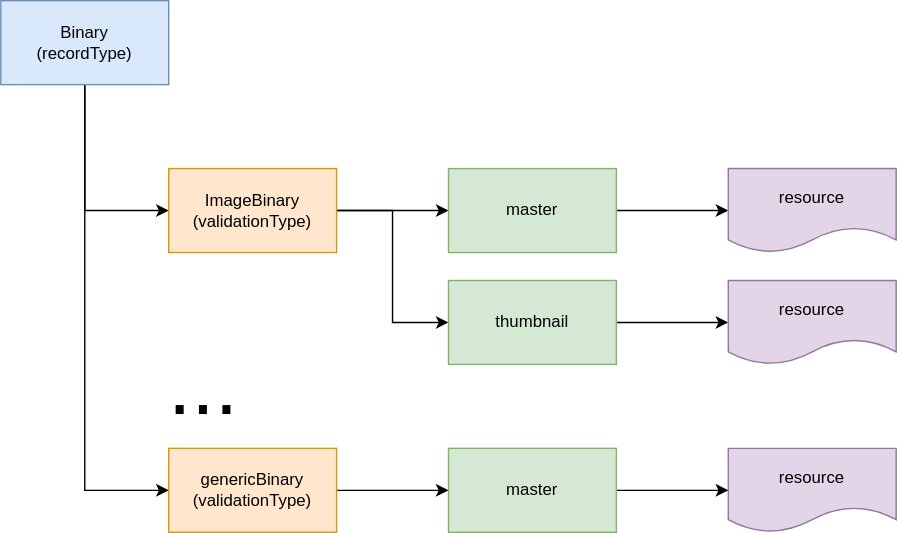
Before: FitNesseRoot/files/Diagrams/binary.svg, a diagram exported from draw.io (lsu-ub-uu/cora-fitnesse). Source tidied: cells renumbered, new cells last; positions are measured from the earlier drawing's top-left corner, leaving out a move shared by most shapes. Its diagram source:
```xml
<mxGraphModel>
  <root>
    <mxCell id="0" />
    <mxCell id="1" parent="0" />
    <mxCell id="2" style="edgeStyle=orthogonalEdgeStyle;rounded=0;jettySize=auto;html=1;entryX=0;entryY=0.5;entryDx=0;entryDy=0;" parent="1" edge="1" source="4" target="7">
      <mxGeometry relative="1" as="geometry" />
    </mxCell>
    <mxCell id="3" style="edgeStyle=orthogonalEdgeStyle;rounded=0;jettySize=auto;html=1;exitX=0.5;exitY=1;exitDx=0;exitDy=0;entryX=0;entryY=0.5;entryDx=0;entryDy=0;" parent="1" edge="1" source="4" target="16">
      <mxGeometry relative="1" as="geometry" />
    </mxCell>
    <mxCell id="4" value="Binary&lt;br&gt;(recordType)" style="rounded=0;whiteSpace=wrap;html=1;fillColor=#dae8fc;strokeColor=#6c8ebf;" parent="1" vertex="1">
      <mxGeometry width="120" height="60" as="geometry" />
    </mxCell>
    <mxCell id="5" style="edgeStyle=orthogonalEdgeStyle;rounded=0;jettySize=auto;html=1;" parent="1" edge="1" source="7" target="9">
      <mxGeometry relative="1" as="geometry" />
    </mxCell>
    <mxCell id="6" style="edgeStyle=orthogonalEdgeStyle;rounded=0;jettySize=auto;html=1;exitX=1;exitY=0.5;exitDx=0;exitDy=0;entryX=0;entryY=0.5;entryDx=0;entryDy=0;" parent="1" edge="1" source="7" target="13">
      <mxGeometry relative="1" as="geometry" />
    </mxCell>
    <mxCell id="7" value="ImageBinary&lt;br&gt;(validationType)" style="rounded=0;whiteSpace=wrap;html=1;fillColor=#ffe6cc;strokeColor=#d79b00;" parent="1" vertex="1">
      <mxGeometry x="120" y="120" width="120" height="60" as="geometry" />
    </mxCell>
    <mxCell id="8" style="edgeStyle=orthogonalEdgeStyle;rounded=0;jettySize=auto;html=1;" parent="1" edge="1" source="9" target="10">
      <mxGeometry relative="1" as="geometry" />
    </mxCell>
    <mxCell id="9" value="master" style="rounded=0;whiteSpace=wrap;html=1;fillColor=#d5e8d4;strokeColor=#82b366;" parent="1" vertex="1">
      <mxGeometry x="320" y="120" width="120" height="60" as="geometry" />
    </mxCell>
    <mxCell id="10" value="resource" style="shape=document;whiteSpace=wrap;html=1;boundedLbl=1;rounded=0;fillColor=#e1d5e7;strokeColor=#9673a6;" parent="1" vertex="1">
      <mxGeometry x="520" y="120" width="120" height="60" as="geometry" />
    </mxCell>
    <mxCell id="11" value="resource" style="shape=document;whiteSpace=wrap;html=1;boundedLbl=1;rounded=0;fillColor=#e1d5e7;strokeColor=#9673a6;" parent="1" vertex="1">
      <mxGeometry x="520" y="320" width="120" height="60" as="geometry" />
    </mxCell>
    <mxCell id="12" style="edgeStyle=orthogonalEdgeStyle;rounded=0;jettySize=auto;html=1;exitX=1;exitY=0.5;exitDx=0;exitDy=0;entryX=0;entryY=0.5;entryDx=0;entryDy=0;" parent="1" edge="1" source="13" target="14">
      <mxGeometry relative="1" as="geometry" />
    </mxCell>
    <mxCell id="13" value="thumbnail" style="rounded=0;whiteSpace=wrap;html=1;fillColor=#d5e8d4;strokeColor=#82b366;" parent="1" vertex="1">
      <mxGeometry x="320" y="200" width="120" height="60" as="geometry" />
    </mxCell>
    <mxCell id="14" value="resource" style="shape=document;whiteSpace=wrap;html=1;boundedLbl=1;rounded=0;fillColor=#e1d5e7;strokeColor=#9673a6;" parent="1" vertex="1">
      <mxGeometry x="520" y="200" width="120" height="60" as="geometry" />
    </mxCell>
    <mxCell id="15" style="edgeStyle=orthogonalEdgeStyle;rounded=0;jettySize=auto;html=1;exitX=1;exitY=0.5;exitDx=0;exitDy=0;entryX=0;entryY=0.5;entryDx=0;entryDy=0;" parent="1" edge="1" source="16" target="18">
      <mxGeometry relative="1" as="geometry" />
    </mxCell>
    <mxCell id="16" value="genericBinary&lt;br&gt;&lt;div&gt;(validationType)&lt;/div&gt;" style="rounded=0;whiteSpace=wrap;html=1;fillColor=#ffe6cc;strokeColor=#d79b00;" parent="1" vertex="1">
      <mxGeometry x="120" y="320" width="120" height="60" as="geometry" />
    </mxCell>
    <mxCell id="17" style="edgeStyle=orthogonalEdgeStyle;rounded=0;jettySize=auto;html=1;exitX=1;exitY=0.5;exitDx=0;exitDy=0;entryX=0;entryY=0.5;entryDx=0;entryDy=0;" parent="1" edge="1" source="18" target="11">
      <mxGeometry relative="1" as="geometry" />
    </mxCell>
    <mxCell id="18" value="master" style="rounded=0;whiteSpace=wrap;html=1;fillColor=#d5e8d4;strokeColor=#82b366;" parent="1" vertex="1">
      <mxGeometry x="320" y="320" width="120" height="60" as="geometry" />
    </mxCell>
    <mxCell id="19" value="&lt;font style=&quot;font-size: 60px;&quot;&gt;...&lt;/font&gt;" style="text;html=1;strokeColor=none;fillColor=none;align=center;verticalAlign=middle;whiteSpace=wrap;rounded=0;" parent="1" vertex="1">
      <mxGeometry x="120" y="250" width="50" height="50" as="geometry" />
    </mxCell>
  </root>
</mxGraphModel>
```
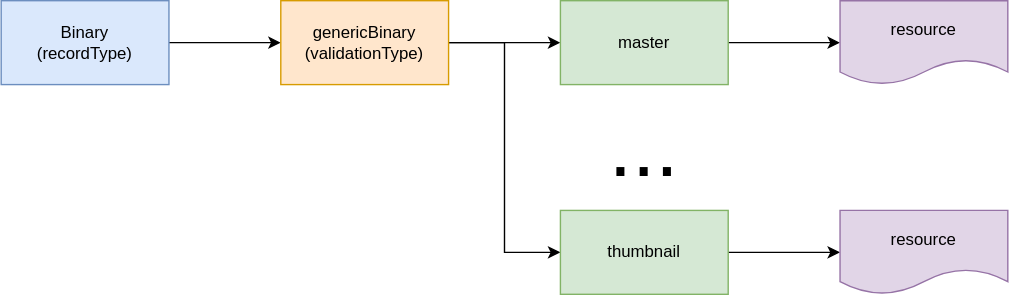
After the commit.

Diff of the diagram source:
```diff
@@ -5,11 +5,8 @@
     <mxCell id="2" style="edgeStyle=orthogonalEdgeStyle;rounded=0;jettySize=auto;html=1;entryX=0;entryY=0.5;entryDx=0;entryDy=0;" parent="1" edge="1" source="4" target="7">
       <mxGeometry relative="1" as="geometry" />
     </mxCell>
-    <mxCell id="3" style="edgeStyle=orthogonalEdgeStyle;rounded=0;jettySize=auto;html=1;exitX=0.5;exitY=1;exitDx=0;exitDy=0;entryX=0;entryY=0.5;entryDx=0;entryDy=0;" parent="1" edge="1" source="4" target="16">
-      <mxGeometry relative="1" as="geometry" />
-    </mxCell>
     <mxCell id="4" value="Binary&lt;br&gt;(recordType)" style="rounded=0;whiteSpace=wrap;html=1;fillColor=#dae8fc;strokeColor=#6c8ebf;" parent="1" vertex="1">
-      <mxGeometry width="120" height="60" as="geometry" />
+      <mxGeometry x="-80" y="120" width="120" height="60" as="geometry" />
     </mxCell>
     <mxCell id="5" style="edgeStyle=orthogonalEdgeStyle;rounded=0;jettySize=auto;html=1;" parent="1" edge="1" source="7" target="9">
       <mxGeometry relative="1" as="geometry" />
@@ -17,7 +14,7 @@
     <mxCell id="6" style="edgeStyle=orthogonalEdgeStyle;rounded=0;jettySize=auto;html=1;exitX=1;exitY=0.5;exitDx=0;exitDy=0;entryX=0;entryY=0.5;entryDx=0;entryDy=0;" parent="1" edge="1" source="7" target="13">
       <mxGeometry relative="1" as="geometry" />
     </mxCell>
-    <mxCell id="7" value="ImageBinary&lt;br&gt;(validationType)" style="rounded=0;whiteSpace=wrap;html=1;fillColor=#ffe6cc;strokeColor=#d79b00;" parent="1" vertex="1">
+    <mxCell id="7" value="genericBinary&lt;br&gt;&lt;div&gt;(validationType)&lt;/div&gt;" style="rounded=0;whiteSpace=wrap;html=1;fillColor=#ffe6cc;strokeColor=#d79b00;" parent="1" vertex="1">
       <mxGeometry x="120" y="120" width="120" height="60" as="geometry" />
     </mxCell>
     <mxCell id="8" style="edgeStyle=orthogonalEdgeStyle;rounded=0;jettySize=auto;html=1;" parent="1" edge="1" source="9" target="10">
@@ -29,32 +26,17 @@
     <mxCell id="10" value="resource" style="shape=document;whiteSpace=wrap;html=1;boundedLbl=1;rounded=0;fillColor=#e1d5e7;strokeColor=#9673a6;" parent="1" vertex="1">
       <mxGeometry x="520" y="120" width="120" height="60" as="geometry" />
     </mxCell>
-    <mxCell id="11" value="resource" style="shape=document;whiteSpace=wrap;html=1;boundedLbl=1;rounded=0;fillColor=#e1d5e7;strokeColor=#9673a6;" parent="1" vertex="1">
-      <mxGeometry x="520" y="320" width="120" height="60" as="geometry" />
-    </mxCell>
     <mxCell id="12" style="edgeStyle=orthogonalEdgeStyle;rounded=0;jettySize=auto;html=1;exitX=1;exitY=0.5;exitDx=0;exitDy=0;entryX=0;entryY=0.5;entryDx=0;entryDy=0;" parent="1" edge="1" source="13" target="14">
       <mxGeometry relative="1" as="geometry" />
     </mxCell>
     <mxCell id="13" value="thumbnail" style="rounded=0;whiteSpace=wrap;html=1;fillColor=#d5e8d4;strokeColor=#82b366;" parent="1" vertex="1">
-      <mxGeometry x="320" y="200" width="120" height="60" as="geometry" />
+      <mxGeometry x="320" y="270" width="120" height="60" as="geometry" />
     </mxCell>
     <mxCell id="14" value="resource" style="shape=document;whiteSpace=wrap;html=1;boundedLbl=1;rounded=0;fillColor=#e1d5e7;strokeColor=#9673a6;" parent="1" vertex="1">
-      <mxGeometry x="520" y="200" width="120" height="60" as="geometry" />
+      <mxGeometry x="520" y="270" width="120" height="60" as="geometry" />
     </mxCell>
-    <mxCell id="15" style="edgeStyle=orthogonalEdgeStyle;rounded=0;jettySize=auto;html=1;exitX=1;exitY=0.5;exitDx=0;exitDy=0;entryX=0;entryY=0.5;entryDx=0;entryDy=0;" parent="1" edge="1" source="16" target="18">
-      <mxGeometry relative="1" as="geometry" />
-    </mxCell>
-    <mxCell id="16" value="genericBinary&lt;br&gt;&lt;div&gt;(validationType)&lt;/div&gt;" style="rounded=0;whiteSpace=wrap;html=1;fillColor=#ffe6cc;strokeColor=#d79b00;" parent="1" vertex="1">
-      <mxGeometry x="120" y="320" width="120" height="60" as="geometry" />
-    </mxCell>
-    <mxCell id="17" style="edgeStyle=orthogonalEdgeStyle;rounded=0;jettySize=auto;html=1;exitX=1;exitY=0.5;exitDx=0;exitDy=0;entryX=0;entryY=0.5;entryDx=0;entryDy=0;" parent="1" edge="1" source="18" target="11">
-      <mxGeometry relative="1" as="geometry" />
-    </mxCell>
-    <mxCell id="18" value="master" style="rounded=0;whiteSpace=wrap;html=1;fillColor=#d5e8d4;strokeColor=#82b366;" parent="1" vertex="1">
-      <mxGeometry x="320" y="320" width="120" height="60" as="geometry" />
-    </mxCell>
     <mxCell id="19" value="&lt;font style=&quot;font-size: 60px;&quot;&gt;...&lt;/font&gt;" style="text;html=1;strokeColor=none;fillColor=none;align=center;verticalAlign=middle;whiteSpace=wrap;rounded=0;" parent="1" vertex="1">
-      <mxGeometry x="120" y="250" width="50" height="50" as="geometry" />
+      <mxGeometry x="355" y="200" width="50" height="50" as="geometry" />
     </mxCell>
   </root>
 </mxGraphModel>
```
